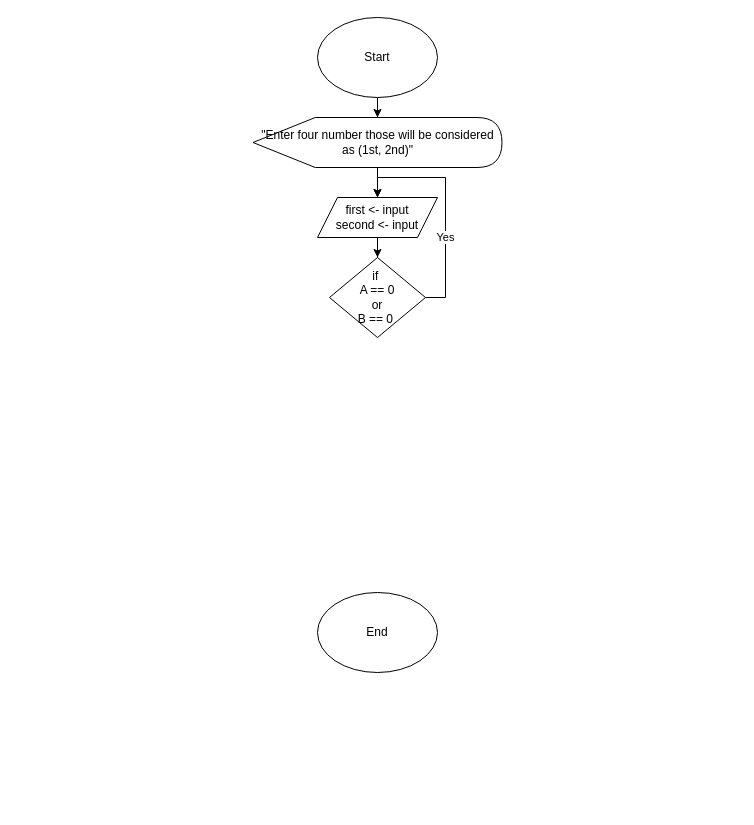
This is 1st_year/1st_term/programming/2nd_week/Exercise_5.drawio from AGPFVEN/uc3m, a draw.io file, before an edit. Source tidied: cells renumbered, new cells numbered last; positions are measured from the earlier drawing's top-left corner, leaving out a move shared by most shapes. Both pictures are drawn from the tidied source at 100%, with x=0, y=0 at pixel (253, 17).
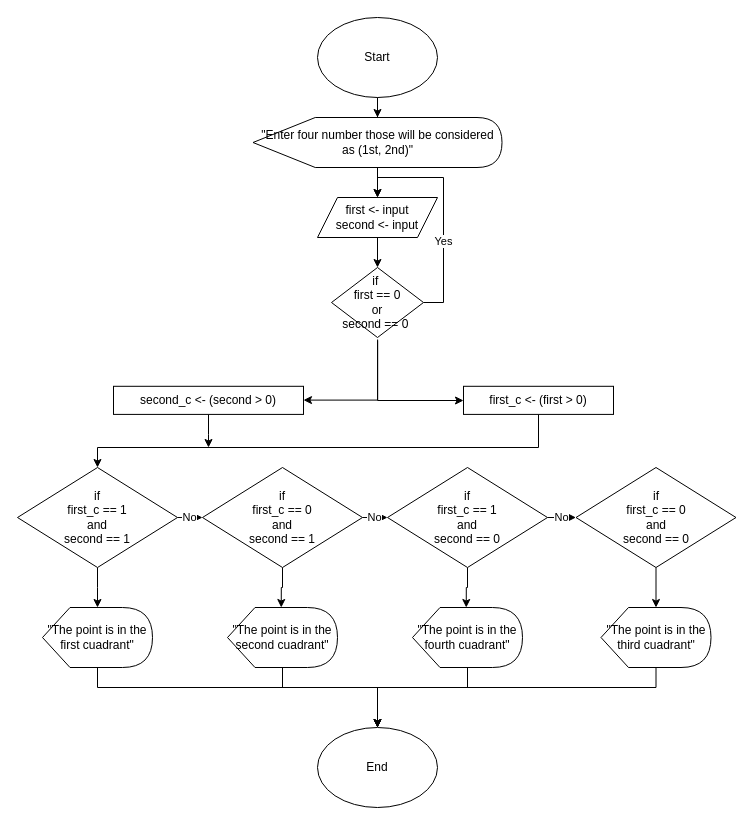
After the change.

What changed in the source:
```diff
@@
     <mxCell id="4" value="End" style="ellipse;whiteSpace=wrap;html=1;" parent="1" vertex="1">
-      <mxGeometry x="64" y="575" width="120" height="80" as="geometry" />
+      <mxGeometry x="64" y="710" width="120" height="80" as="geometry" />
     </mxCell>
@@
+    <mxCell id="11" style="edgeStyle=orthogonalEdgeStyle;rounded=0;orthogonalLoop=1;jettySize=auto;html=1;entryX=1;entryY=0.5;entryDx=0;entryDy=0;" parent="1" edge="1">
+      <mxGeometry relative="1" as="geometry">
+        <mxPoint x="124.1" y="322" as="sourcePoint" />
+        <mxPoint x="50" y="382.6" as="targetPoint" />
+        <Array as="points">
+          <mxPoint x="124" y="383" />
+        </Array>
+      </mxGeometry>
+    </mxCell>
+    <mxCell id="12" style="edgeStyle=orthogonalEdgeStyle;rounded=0;orthogonalLoop=1;jettySize=auto;html=1;" parent="1" edge="1">
+      <mxGeometry relative="1" as="geometry">
+        <mxPoint x="124.1" y="323" as="sourcePoint" />
+        <mxPoint x="210" y="383" as="targetPoint" />
+        <Array as="points">
+          <mxPoint x="124" y="383" />
+          <mxPoint x="210" y="383" />
+        </Array>
+      </mxGeometry>
+    </mxCell>
-    <mxCell id="10" value="if&amp;nbsp;&lt;br&gt;A == 0&lt;br&gt;or&lt;br&gt;B == 0&amp;nbsp;" style="rhombus;whiteSpace=wrap;html=1;" parent="1" vertex="1">
-      <mxGeometry x="76" y="240" width="96" height="80" as="geometry" />
+    <mxCell id="10" value="if&amp;nbsp;&lt;br&gt;first == 0&lt;br&gt;or&lt;br&gt;second == 0&amp;nbsp;" style="rhombus;whiteSpace=wrap;html=1;" parent="1" vertex="1">
+      <mxGeometry x="78" y="250" width="92" height="70" as="geometry" />
     </mxCell>
+    <mxCell id="13" style="edgeStyle=orthogonalEdgeStyle;rounded=0;jettySize=auto;html=1;entryX=0.5;entryY=0;entryDx=0;entryDy=0;" parent="1" edge="1" source="14" target="19">
+      <mxGeometry relative="1" as="geometry">
+        <Array as="points">
+          <mxPoint x="285" y="430" />
+          <mxPoint x="-156" y="430" />
+        </Array>
+      </mxGeometry>
+    </mxCell>
+    <mxCell id="14" value="first_c &amp;lt;- (first &amp;gt; 0)" style="rounded=0;whiteSpace=wrap;html=1;" parent="1" vertex="1">
+      <mxGeometry x="210" y="368.8" width="150" height="28.1" as="geometry" />
+    </mxCell>
+    <mxCell id="15" style="edgeStyle=orthogonalEdgeStyle;rounded=0;jettySize=auto;html=1;" parent="1" edge="1" source="16">
+      <mxGeometry relative="1" as="geometry">
+        <mxPoint x="-45" y="430" as="targetPoint" />
+      </mxGeometry>
+    </mxCell>
+    <mxCell id="16" value="second_c &amp;lt;- (second &amp;gt; 0)" style="rounded=0;whiteSpace=wrap;html=1;" parent="1" vertex="1">
+      <mxGeometry x="-140" y="368.8" width="190" height="28.1" as="geometry" />
+    </mxCell>
+    <mxCell id="17" value="No" style="edgeStyle=orthogonalEdgeStyle;rounded=0;jettySize=auto;html=1;entryX=0;entryY=0.5;entryDx=0;entryDy=0;" parent="1" edge="1" source="19" target="22">
+      <mxGeometry relative="1" as="geometry" />
+    </mxCell>
+    <mxCell id="18" style="edgeStyle=orthogonalEdgeStyle;rounded=0;jettySize=auto;html=1;exitX=0.5;exitY=1;exitDx=0;exitDy=0;" parent="1" edge="1" source="19">
+      <mxGeometry relative="1" as="geometry">
+        <mxPoint x="-156" y="590" as="targetPoint" />
+      </mxGeometry>
+    </mxCell>
+    <mxCell id="19" value="if&lt;br&gt;first_c == 1&lt;br&gt;&amp;nbsp;and&amp;nbsp;&lt;br&gt;second == 1" style="rhombus;whiteSpace=wrap;html=1;" parent="1" vertex="1">
+      <mxGeometry x="-236" y="450" width="160" height="100" as="geometry" />
+    </mxCell>
+    <mxCell id="20" value="No" style="edgeStyle=orthogonalEdgeStyle;rounded=0;jettySize=auto;html=1;entryX=0;entryY=0.5;entryDx=0;entryDy=0;" parent="1" edge="1" source="22" target="25">
+      <mxGeometry relative="1" as="geometry" />
+    </mxCell>
+    <mxCell id="21" style="edgeStyle=orthogonalEdgeStyle;rounded=0;jettySize=auto;html=1;entryX=0;entryY=0;entryDx=53.75;entryDy=0;entryPerimeter=0;" parent="1" edge="1" source="22" target="31">
+      <mxGeometry relative="1" as="geometry" />
+    </mxCell>
+    <mxCell id="22" value="if&lt;br&gt;first_c == 0&lt;br&gt;&amp;nbsp;and&amp;nbsp;&lt;br&gt;second == 1" style="rhombus;whiteSpace=wrap;html=1;" parent="1" vertex="1">
+      <mxGeometry x="-51" y="450" width="160" height="100" as="geometry" />
+    </mxCell>
+    <mxCell id="23" value="No" style="edgeStyle=orthogonalEdgeStyle;rounded=0;jettySize=auto;html=1;entryX=0;entryY=0.5;entryDx=0;entryDy=0;" parent="1" edge="1" source="25" target="27">
+      <mxGeometry relative="1" as="geometry" />
+    </mxCell>
+    <mxCell id="24" style="edgeStyle=orthogonalEdgeStyle;rounded=0;jettySize=auto;html=1;entryX=0;entryY=0;entryDx=53.75;entryDy=0;entryPerimeter=0;" parent="1" edge="1" source="25" target="33">
+      <mxGeometry relative="1" as="geometry" />
+    </mxCell>
+    <mxCell id="25" value="if&lt;br&gt;first_c == 1&lt;br&gt;&amp;nbsp;and&amp;nbsp;&lt;br&gt;second == 0" style="rhombus;whiteSpace=wrap;html=1;" parent="1" vertex="1">
+      <mxGeometry x="134" y="450" width="160" height="100" as="geometry" />
+    </mxCell>
+    <mxCell id="26" style="edgeStyle=orthogonalEdgeStyle;rounded=0;jettySize=auto;html=1;" parent="1" edge="1" source="27" target="35">
+      <mxGeometry relative="1" as="geometry" />
+    </mxCell>
+    <mxCell id="27" value="if&lt;br&gt;first_c == 0&lt;br&gt;&amp;nbsp;and&amp;nbsp;&lt;br&gt;second == 0" style="rhombus;whiteSpace=wrap;html=1;" parent="1" vertex="1">
+      <mxGeometry x="322.5" y="450" width="160" height="100" as="geometry" />
+    </mxCell>
+    <mxCell id="28" style="edgeStyle=orthogonalEdgeStyle;rounded=0;jettySize=auto;html=1;entryX=0.5;entryY=0;entryDx=0;entryDy=0;" parent="1" edge="1" source="29" target="4">
+      <mxGeometry relative="1" as="geometry">
+        <Array as="points">
+          <mxPoint x="-156" y="670" />
+          <mxPoint x="124" y="670" />
+        </Array>
+      </mxGeometry>
+    </mxCell>
+    <mxCell id="29" value="&quot;The point is in the first cuadrant&quot;" style="shape=display;whiteSpace=wrap;html=1;" parent="1" vertex="1">
+      <mxGeometry x="-211" y="590" width="110" height="60" as="geometry" />
+    </mxCell>
+    <mxCell id="30" style="edgeStyle=orthogonalEdgeStyle;rounded=0;jettySize=auto;html=1;entryX=0.5;entryY=0;entryDx=0;entryDy=0;" parent="1" edge="1" source="31" target="4">
+      <mxGeometry relative="1" as="geometry">
+        <Array as="points">
+          <mxPoint x="29" y="670" />
+          <mxPoint x="124" y="670" />
+        </Array>
+      </mxGeometry>
+    </mxCell>
+    <mxCell id="31" value="&quot;The point is in the second cuadrant&quot;" style="shape=display;whiteSpace=wrap;html=1;" parent="1" vertex="1">
+      <mxGeometry x="-26" y="590" width="110" height="60" as="geometry" />
+    </mxCell>
+    <mxCell id="32" style="edgeStyle=orthogonalEdgeStyle;rounded=0;jettySize=auto;html=1;entryX=0.5;entryY=0;entryDx=0;entryDy=0;" parent="1" edge="1" source="33" target="4">
+      <mxGeometry relative="1" as="geometry">
+        <Array as="points">
+          <mxPoint x="214" y="670" />
+          <mxPoint x="124" y="670" />
+        </Array>
+      </mxGeometry>
+    </mxCell>
+    <mxCell id="33" value="&quot;The point is in the fourth cuadrant&quot;" style="shape=display;whiteSpace=wrap;html=1;" parent="1" vertex="1">
+      <mxGeometry x="159" y="590" width="110" height="60" as="geometry" />
+    </mxCell>
+    <mxCell id="34" style="edgeStyle=orthogonalEdgeStyle;rounded=0;jettySize=auto;html=1;entryX=0.5;entryY=0;entryDx=0;entryDy=0;" parent="1" edge="1" source="35" target="4">
+      <mxGeometry relative="1" as="geometry">
+        <Array as="points">
+          <mxPoint x="403" y="670" />
+          <mxPoint x="124" y="670" />
+        </Array>
+      </mxGeometry>
+    </mxCell>
+    <mxCell id="35" value="&quot;The point is in the third cuadrant&quot;" style="shape=display;whiteSpace=wrap;html=1;" parent="1" vertex="1">
+      <mxGeometry x="347.5" y="590" width="110" height="60" as="geometry" />
+    </mxCell>
```
